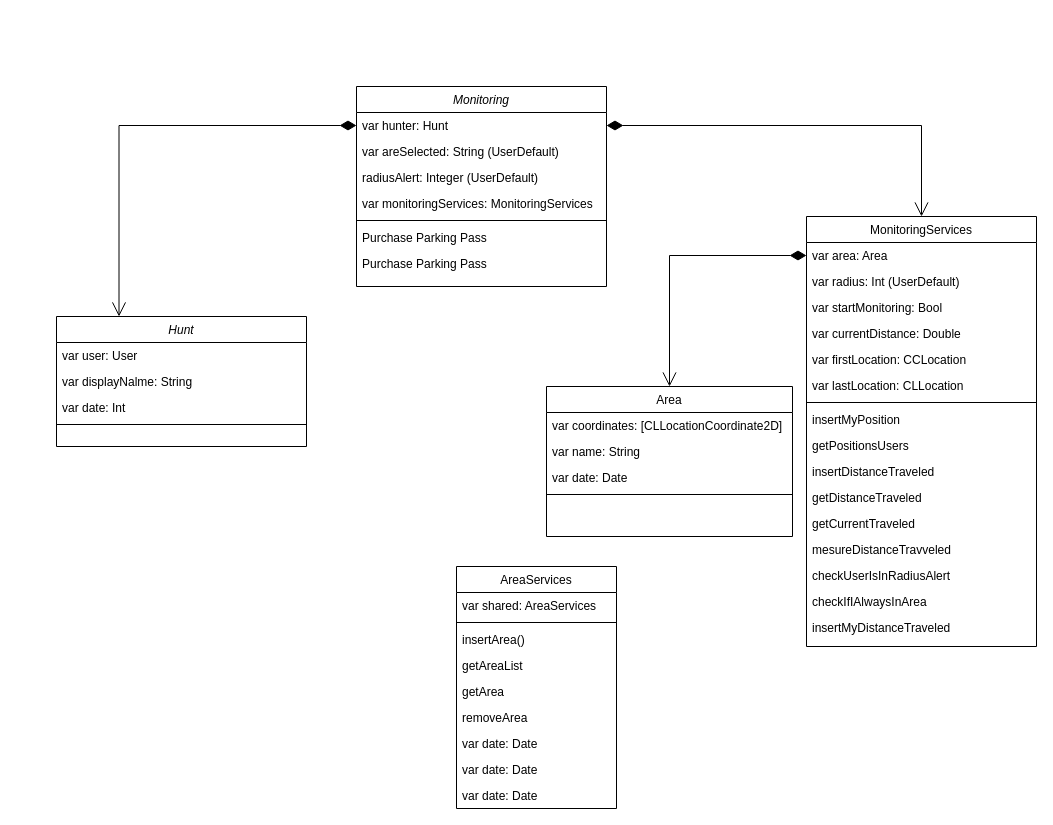
The draw.io diagram SafelyHunt.drawio in yoan8306/SafelyHunt, before the edit. Source tidied: cells renumbered, new cells numbered last; positions are measured from the earlier drawing's top-left corner, leaving out a move shared by most shapes. Both pictures are drawn from the tidied source at 100%, with x=0, y=0 at pixel (56, 86).
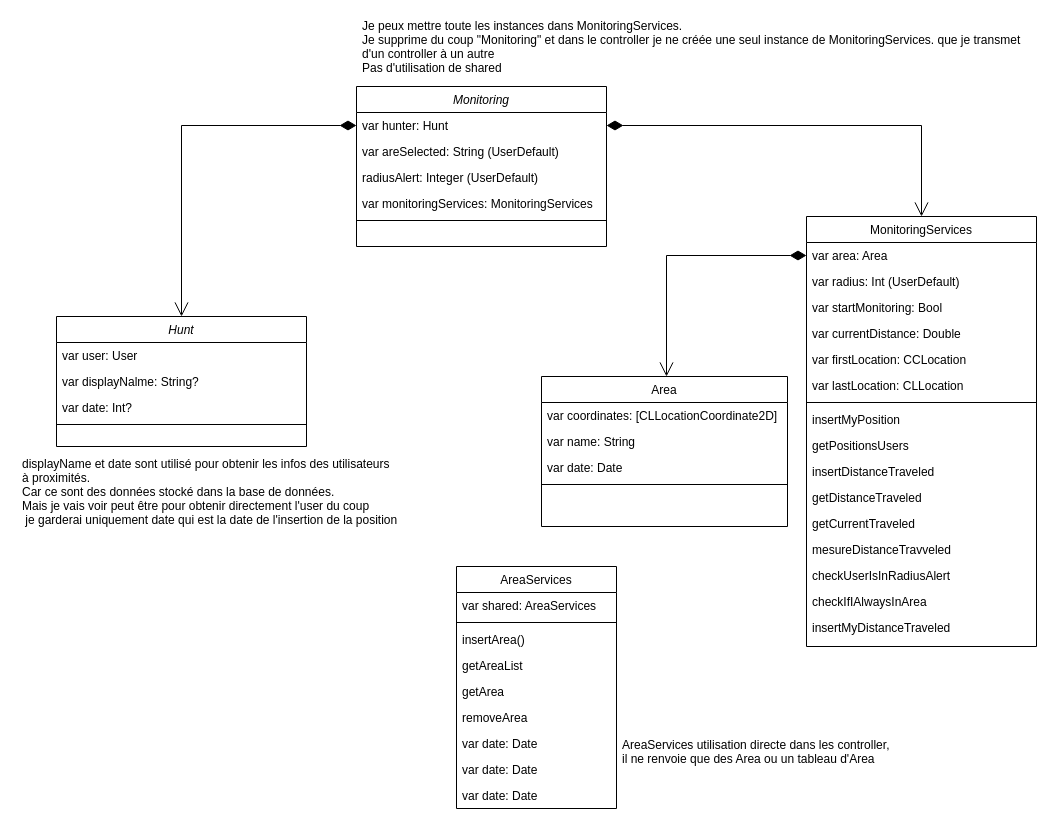
The same page after the edit.

Commit message:
insert diagram of class

Unchanged cells that the change refers to:
```xml
<mxCell id="3" value="var hunter: Hunt" style="text;align=left;verticalAlign=top;spacingLeft=4;spacingRight=4;overflow=hidden;points=[[0,0.5],[1,0.5]];portConstraint=eastwest;" parent="2" vertex="1">
  <mxGeometry y="26" width="250" height="26" as="geometry" />
</mxCell>
<mxCell id="26" value="var area: Area" style="text;align=left;verticalAlign=top;spacingLeft=4;spacingRight=4;overflow=hidden;points=[[0,0.5],[1,0.5]];portConstraint=eastwest;" parent="25" vertex="1">
  <mxGeometry y="26" width="230" height="26" as="geometry" />
</mxCell>
<mxCell id="42" value="Hunt" style="swimlane;fontStyle=2;align=center;verticalAlign=top;horizontal=1;startSize=26;rounded=0;shadow=0;strokeWidth=1;" parent="1" vertex="1">
  <mxGeometry y="230" width="250" height="130" as="geometry" />
</mxCell>
```

Change to the diagram source:
```diff
@@
     <mxCell id="2" value="Monitoring" style="swimlane;fontStyle=2;align=center;verticalAlign=top;horizontal=1;startSize=26;rounded=0;shadow=0;strokeWidth=1;" parent="1" vertex="1">
-      <mxGeometry x="300" width="250" height="200" as="geometry" />
+      <mxGeometry x="300" width="250" height="160" as="geometry" />
     </mxCell>
@@
-    <mxCell id="8" value="Purchase Parking Pass" style="text;align=left;verticalAlign=top;spacingLeft=4;spacingRight=4;overflow=hidden;" parent="2" vertex="1">
-      <mxGeometry y="138" width="250" height="26" as="geometry" />
-    </mxCell>
-    <mxCell id="9" value="Purchase Parking Pass" style="text;align=left;verticalAlign=top;spacingLeft=4;spacingRight=4;overflow=hidden;" parent="2" vertex="1">
-      <mxGeometry y="164" width="250" height="26" as="geometry" />
-    </mxCell>
     <mxCell id="10" value="Area" style="swimlane;fontStyle=0;align=center;verticalAlign=top;horizontal=1;startSize=26;rounded=0;shadow=0;strokeWidth=1;" parent="1" vertex="1">
-      <mxGeometry x="490" y="300" width="246" height="150" as="geometry" />
+      <mxGeometry x="485" y="290" width="246" height="150" as="geometry" />
     </mxCell>
@@
-    <mxCell id="44" value="var displayNalme: String" style="text;align=left;verticalAlign=top;spacingLeft=4;spacingRight=4;overflow=hidden;rounded=0;shadow=0;html=0;" parent="42" vertex="1">
+    <mxCell id="44" value="var displayNalme: String?" style="text;align=left;verticalAlign=top;spacingLeft=4;spacingRight=4;overflow=hidden;rounded=0;shadow=0;html=0;" parent="42" vertex="1">
       <mxGeometry y="52" width="250" height="26" as="geometry" />
     </mxCell>
-    <mxCell id="45" value="var date: Int" style="text;align=left;verticalAlign=top;spacingLeft=4;spacingRight=4;overflow=hidden;rounded=0;shadow=0;html=0;" parent="42" vertex="1">
+    <mxCell id="45" value="var date: Int?" style="text;align=left;verticalAlign=top;spacingLeft=4;spacingRight=4;overflow=hidden;rounded=0;shadow=0;html=0;" parent="42" vertex="1">
       <mxGeometry y="78" width="250" height="26" as="geometry" />
     </mxCell>
@@
-    <mxCell id="47" style="endArrow=open;html=1;endSize=12;startArrow=diamondThin;startSize=14;startFill=1;edgeStyle=orthogonalEdgeStyle;align=left;verticalAlign=bottom;rounded=0;exitX=0;exitY=0.5;exitDx=0;exitDy=0;entryX=0.25;entryY=0;entryDx=0;entryDy=0;" parent="1" edge="1" source="3" target="42">
+    <mxCell id="47" style="endArrow=open;html=1;endSize=12;startArrow=diamondThin;startSize=14;startFill=1;edgeStyle=orthogonalEdgeStyle;align=left;verticalAlign=bottom;rounded=0;exitX=0;exitY=0.5;exitDx=0;exitDy=0;entryX=0.5;entryY=0;entryDx=0;entryDy=0;" parent="1" edge="1" source="3" target="42">
       <mxGeometry x="-1" y="3" relative="1" as="geometry" />
     </mxCell>
-    <mxCell id="48" style="endArrow=open;html=1;endSize=12;startArrow=diamondThin;startSize=14;startFill=1;edgeStyle=orthogonalEdgeStyle;align=left;verticalAlign=bottom;rounded=0;exitX=0;exitY=0.5;exitDx=0;exitDy=0;entryX=0.5;entryY=0;entryDx=0;entryDy=0;" parent="1" edge="1" source="26" target="10">
+    <mxCell id="48" style="endArrow=open;html=1;endSize=12;startArrow=diamondThin;startSize=14;startFill=1;edgeStyle=orthogonalEdgeStyle;align=left;verticalAlign=bottom;rounded=0;exitX=0;exitY=0.5;exitDx=0;exitDy=0;" parent="1" edge="1" source="26">
       <mxGeometry x="-1" y="3" relative="1" as="geometry">
+        <mxPoint x="610" y="290" as="targetPoint" />
         <Array as="points">
-          <mxPoint x="613" y="169" />
+          <mxPoint x="610" y="169" />
+          <mxPoint x="610" y="290" />
         </Array>
       </mxGeometry>
     </mxCell>
@@
+    <mxCell id="50" value="Je peux mettre toute les instances dans MonitoringServices. &#10;Je supprime du coup &quot;Monitoring&quot; et dans le controller je ne créée une seul instance de MonitoringServices. que je transmet &#10;d'un controller à un autre&#10;Pas d'utilisation de shared" style="text;strokeColor=none;fillColor=none;align=left;verticalAlign=middle;spacingLeft=4;spacingRight=4;overflow=hidden;" parent="1" vertex="1">
+      <mxGeometry x="300" y="-70" width="680" height="60" as="geometry" />
+    </mxCell>
+    <mxCell id="51" value="AreaServices utilisation directe dans les controller, &#10;il ne renvoie que des Area ou un tableau d'Area" style="text;strokeColor=none;fillColor=none;align=left;verticalAlign=middle;spacingLeft=4;spacingRight=4;overflow=hidden;" parent="1" vertex="1">
+      <mxGeometry x="560" y="640" width="290" height="50" as="geometry" />
+    </mxCell>
+    <mxCell id="52" value="displayName et date sont utilisé pour obtenir les infos des utilisateurs &#10;à proximités.&#10;Car ce sont des données stocké dans la base de données.&#10;Mais je vais voir peut être pour obtenir directement l'user du coup&#10; je garderai uniquement date qui est la date de l'insertion de la position" style="text;strokeColor=none;fillColor=none;align=left;verticalAlign=middle;spacingLeft=4;spacingRight=4;overflow=hidden;" parent="1" vertex="1">
+      <mxGeometry x="-40" y="360" width="410" height="90" as="geometry" />
+    </mxCell>
```
